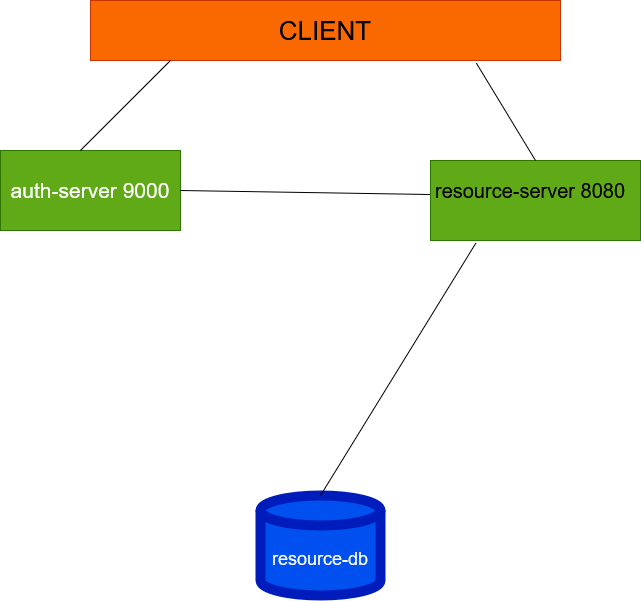
Above: images/application-schema.png in laksherii/Social_Network (draw.io), before the change. Source tidied: cells renumbered, new cells last; positions are measured from the earlier drawing's top-left corner, leaving out a move shared by most shapes.
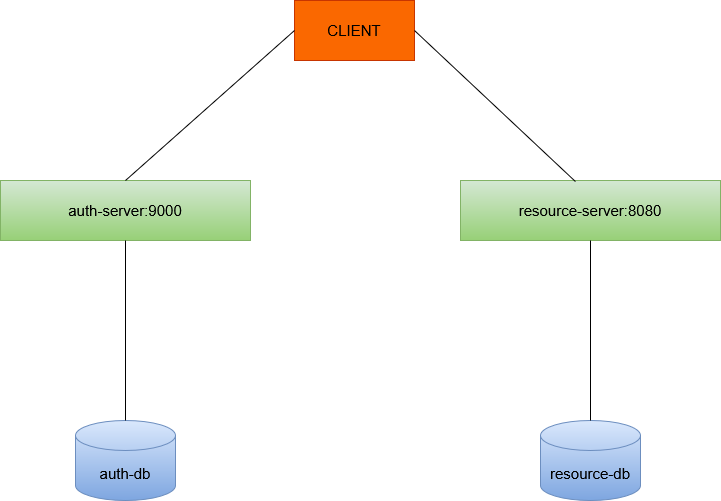
Above is the later version.

The edit, as a diff of the source:
```diff
@@ -2,34 +2,34 @@
   <root>
     <mxCell id="0" />
     <mxCell id="1" parent="0" />
+    <mxCell id="3" value="&lt;font style=&quot;font-size: 15px;&quot;&gt;CLIENT&lt;/font&gt;" style="rounded=0;whiteSpace=wrap;html=1;fillColor=#fa6800;fontColor=#000000;strokeColor=#C73500;" parent="1" vertex="1">
+      <mxGeometry x="264" y="20" width="120" height="60" as="geometry" />
+    </mxCell>
+    <mxCell id="11" value="&lt;font style=&quot;font-size: 15px;&quot;&gt;auth-server:9000&lt;/font&gt;" style="rounded=0;whiteSpace=wrap;html=1;fillColor=#d5e8d4;gradientColor=#97d077;strokeColor=#82b366;" parent="1" vertex="1">
+      <mxGeometry x="-30" y="200" width="250" height="60" as="geometry" />
+    </mxCell>
+    <mxCell id="12" value="&lt;font style=&quot;font-size: 15px;&quot;&gt;resource-server:8080&lt;/font&gt;" style="rounded=0;whiteSpace=wrap;html=1;fillColor=#d5e8d4;gradientColor=#97d077;strokeColor=#82b366;" parent="1" vertex="1">
+      <mxGeometry x="430" y="200" width="260" height="60" as="geometry" />
+    </mxCell>
+    <mxCell id="13" value="&lt;font style=&quot;font-size: 15px;&quot;&gt;auth-db&lt;/font&gt;" style="shape=cylinder3;whiteSpace=wrap;html=1;boundedLbl=1;backgroundOutline=1;size=15;fillColor=#dae8fc;gradientColor=#7ea6e0;strokeColor=#6c8ebf;" parent="1" vertex="1">
+      <mxGeometry x="45" y="440" width="100" height="80" as="geometry" />
+    </mxCell>
-    <mxCell id="2" value="&lt;font style=&quot;font-size: 18px;&quot;&gt;resource-db&lt;/font&gt;" style="shape=cylinder3;whiteSpace=wrap;html=1;boundedLbl=1;backgroundOutline=1;size=15;fillColor=#0050ef;fontColor=#ffffff;strokeColor=#001DBC;strokeWidth=10;" parent="1" vertex="1">
-      <mxGeometry x="260" y="495" width="120" height="100" as="geometry" />
+    <mxCell id="2" value="&lt;font style=&quot;font-size: 15px;&quot;&gt;resource-db&lt;/font&gt;" style="shape=cylinder3;whiteSpace=wrap;html=1;boundedLbl=1;backgroundOutline=1;size=15;fillColor=#dae8fc;gradientColor=#7ea6e0;strokeColor=#6c8ebf;" parent="1" vertex="1">
+      <mxGeometry x="510" y="440" width="100" height="80" as="geometry" />
     </mxCell>
-    <mxCell id="3" value="&lt;font style=&quot;font-size: 26px; color: light-dark(rgb(0, 0, 0), rgb(16, 16, 16));&quot;&gt;CLIENT&lt;/font&gt;" style="rounded=0;whiteSpace=wrap;html=1;fillColor=#fa6800;fontColor=#000000;strokeColor=#C73500;" parent="1" vertex="1">
-      <mxGeometry x="90" width="470" height="60" as="geometry" />
-    </mxCell>
-    <mxCell id="4" value="&lt;font style=&quot;font-size: 21px;&quot;&gt;auth-server 9000&lt;/font&gt;" style="rounded=0;whiteSpace=wrap;html=1;fillColor=#60a917;fontColor=#ffffff;strokeColor=#2D7600;" parent="1" vertex="1">
-      <mxGeometry y="150" width="180" height="80" as="geometry" />
-    </mxCell>
-    <mxCell id="5" style="rounded=0;whiteSpace=wrap;html=1;fillColor=#60a917;fontColor=#ffffff;strokeColor=#2D7600;" parent="1" vertex="1">
-      <mxGeometry x="430" y="160" width="210" height="80" as="geometry" />
-    </mxCell>
-    <mxCell id="6" style="endArrow=none;html=1;rounded=0;exitX=0.444;exitY=0;exitDx=0;exitDy=0;exitPerimeter=0;" parent="1" edge="1" source="4">
-      <mxGeometry relative="1" as="geometry">
-        <mxPoint x="170" y="60" as="targetPoint" />
-      </mxGeometry>
-    </mxCell>
-    <mxCell id="7" style="endArrow=none;html=1;rounded=0;exitX=0.5;exitY=0;exitDx=0;exitDy=0;entryX=0.821;entryY=1.044;entryDx=0;entryDy=0;entryPerimeter=0;" parent="1" edge="1" source="5" target="3">
-      <mxGeometry relative="1" as="geometry" />
-    </mxCell>
-    <mxCell id="8" style="endArrow=none;html=1;rounded=0;exitX=1;exitY=0.5;exitDx=0;exitDy=0;entryX=-0.003;entryY=0.425;entryDx=0;entryDy=0;entryPerimeter=0;" parent="1" edge="1" source="4" target="5">
-      <mxGeometry relative="1" as="geometry" />
-    </mxCell>
-    <mxCell id="9" value="&lt;font style=&quot;font-size: 20px; color: light-dark(rgb(0, 0, 0), rgb(23, 23, 23));&quot;&gt;resource-server 8080&lt;/font&gt;" style="text;html=1;align=center;verticalAlign=middle;whiteSpace=wrap;rounded=0;" parent="1" vertex="1">
-      <mxGeometry x="430" y="175" width="200" height="30" as="geometry" />
-    </mxCell>
-    <mxCell id="10" style="endArrow=none;html=1;rounded=0;exitX=0.5;exitY=0;exitDx=0;exitDy=0;exitPerimeter=0;entryX=0.216;entryY=1.033;entryDx=0;entryDy=0;entryPerimeter=0;" parent="1" edge="1" source="2" target="5">
-      <mxGeometry relative="1" as="geometry" />
-    </mxCell>
+    <mxCell id="14" style="endArrow=none;html=1;rounded=0;exitX=0.5;exitY=0;exitDx=0;exitDy=0;" parent="1" edge="1" source="11">
+      <mxGeometry relative="1" as="geometry">
+        <mxPoint x="264" y="50" as="targetPoint" />
+      </mxGeometry>
+    </mxCell>
+    <mxCell id="15" style="endArrow=none;html=1;rounded=0;entryX=0.5;entryY=1;entryDx=0;entryDy=0;exitX=0.5;exitY=0;exitDx=0;exitDy=0;exitPerimeter=0;" parent="1" edge="1" source="13" target="11">
+      <mxGeometry relative="1" as="geometry" />
+    </mxCell>
+    <mxCell id="16" style="endArrow=none;html=1;rounded=0;exitX=1;exitY=0.5;exitDx=0;exitDy=0;entryX=0.442;entryY=0.017;entryDx=0;entryDy=0;entryPerimeter=0;" parent="1" edge="1" source="3" target="12">
+      <mxGeometry relative="1" as="geometry" />
+    </mxCell>
+    <mxCell id="17" style="endArrow=none;html=1;rounded=0;entryX=0.5;entryY=1;entryDx=0;entryDy=0;exitX=0.5;exitY=0;exitDx=0;exitDy=0;exitPerimeter=0;" parent="1" edge="1" source="2" target="12">
+      <mxGeometry relative="1" as="geometry" />
+    </mxCell>
   </root>
 </mxGraphModel>
```
